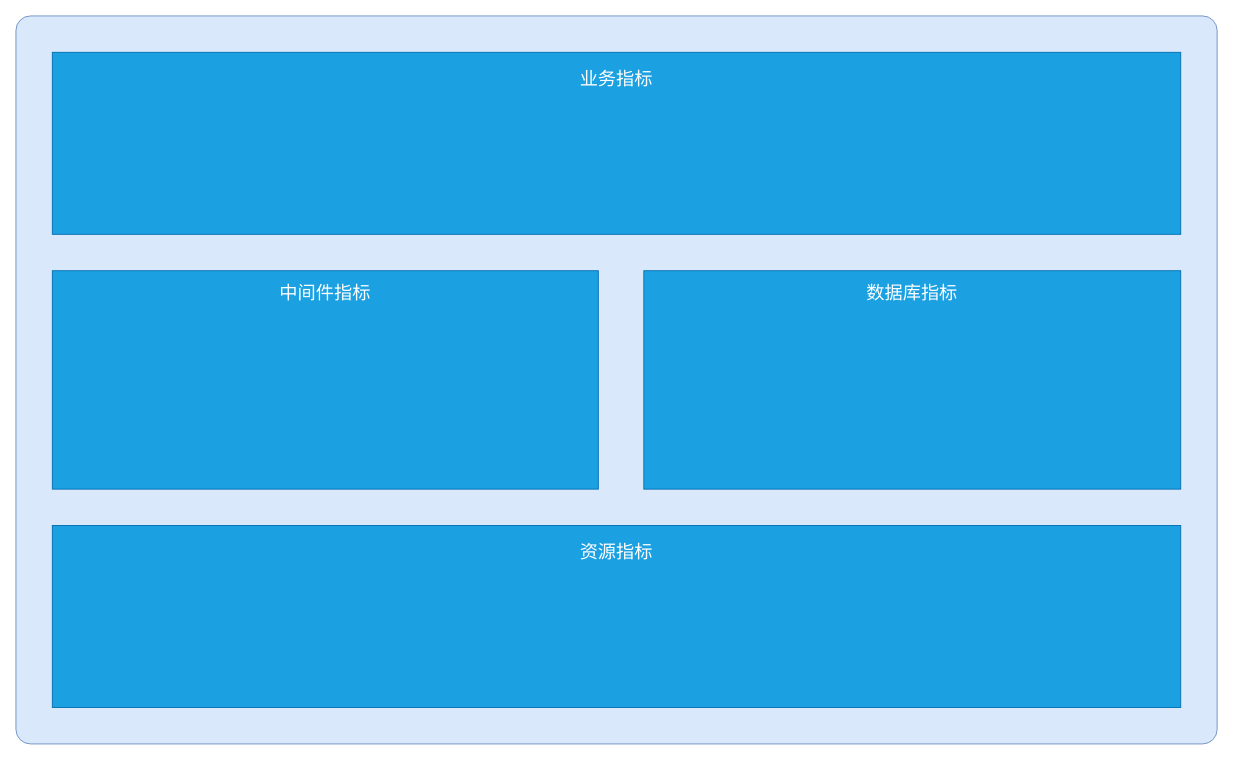
Above: leyan/容量指标与分析.drawio in GeekKwok/UML (draw.io), before the change. Source tidied: cells renumbered, new cells numbered last; positions are measured from the earlier drawing's top-left corner, leaving out a move shared by most shapes. Both pictures are drawn from the tidied source at 91%, with x=0, y=0 at pixel (15, 15).
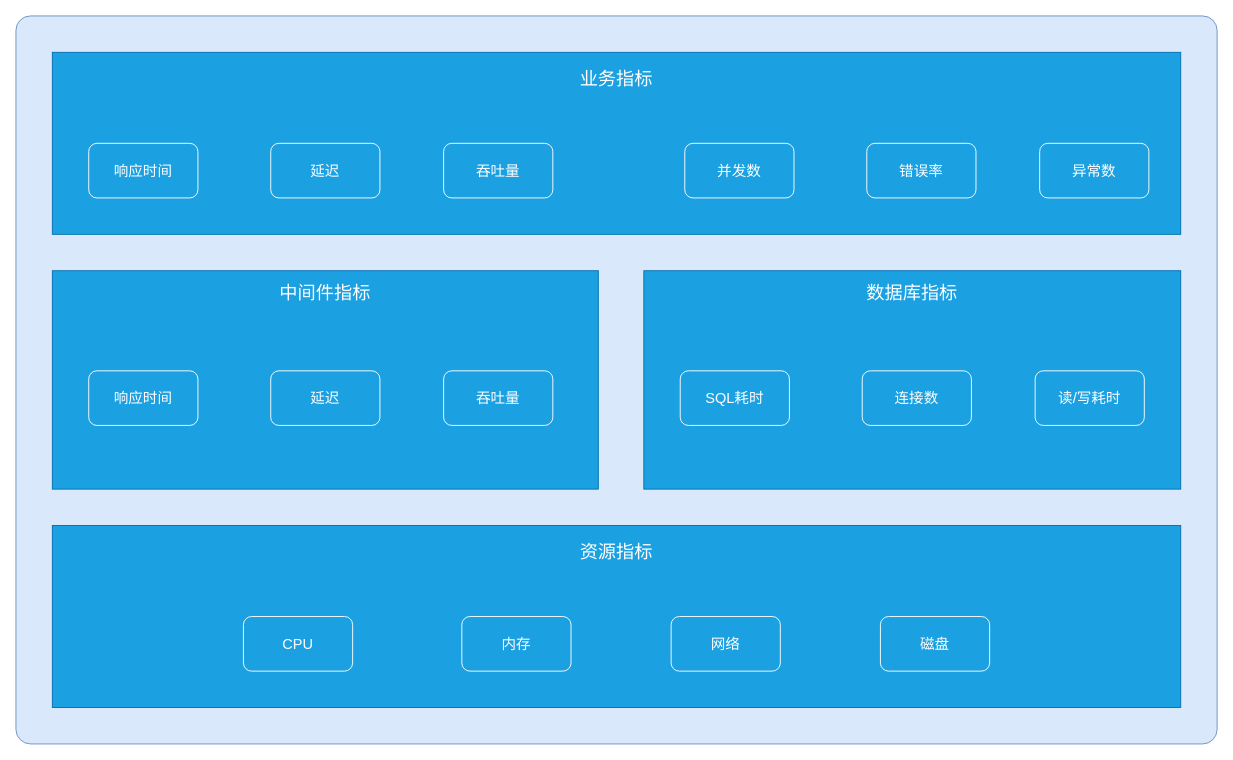
Above is the later version.

Commit message (it also covers changes not shown here):
Update 容量指标与分析.drawio

Change to the diagram source:
```diff
@@
+    <mxCell id="7" value="&lt;font style=&quot;font-size: 16px&quot;&gt;响应时间&lt;/font&gt;" style="rounded=1;whiteSpace=wrap;html=1;fillColor=#1ba1e2;fontColor=#ffffff;strokeColor=#FFFFFF;" parent="1" vertex="1">
+      <mxGeometry x="80" y="140" width="120" height="60" as="geometry" />
+    </mxCell>
+    <mxCell id="8" value="&lt;font style=&quot;font-size: 16px&quot;&gt;延迟&lt;/font&gt;" style="rounded=1;whiteSpace=wrap;html=1;fillColor=#1ba1e2;fontColor=#ffffff;strokeColor=#FFFFFF;" parent="1" vertex="1">
+      <mxGeometry x="280" y="140" width="120" height="60" as="geometry" />
+    </mxCell>
+    <mxCell id="9" value="&lt;font style=&quot;font-size: 16px&quot;&gt;吞吐量&lt;/font&gt;" style="rounded=1;whiteSpace=wrap;html=1;fillColor=#1ba1e2;fontColor=#ffffff;strokeColor=#FFFFFF;" parent="1" vertex="1">
+      <mxGeometry x="470" y="140" width="120" height="60" as="geometry" />
+    </mxCell>
+    <mxCell id="10" value="&lt;font style=&quot;font-size: 16px&quot;&gt;并发数&lt;/font&gt;" style="rounded=1;whiteSpace=wrap;html=1;fillColor=#1ba1e2;fontColor=#ffffff;strokeColor=#FFFFFF;" parent="1" vertex="1">
+      <mxGeometry x="735" y="140" width="120" height="60" as="geometry" />
+    </mxCell>
+    <mxCell id="11" value="&lt;font style=&quot;font-size: 16px&quot;&gt;错误率&lt;/font&gt;" style="rounded=1;whiteSpace=wrap;html=1;fillColor=#1ba1e2;fontColor=#ffffff;strokeColor=#FFFFFF;" parent="1" vertex="1">
+      <mxGeometry x="935" y="140" width="120" height="60" as="geometry" />
+    </mxCell>
+    <mxCell id="12" value="&lt;font style=&quot;font-size: 16px&quot;&gt;异常数&lt;/font&gt;" style="rounded=1;whiteSpace=wrap;html=1;fillColor=#1ba1e2;fontColor=#ffffff;strokeColor=#FFFFFF;" parent="1" vertex="1">
+      <mxGeometry x="1125" y="140" width="120" height="60" as="geometry" />
+    </mxCell>
+    <mxCell id="13" value="&lt;font style=&quot;font-size: 16px&quot;&gt;响应时间&lt;/font&gt;" style="rounded=1;whiteSpace=wrap;html=1;fillColor=#1ba1e2;fontColor=#ffffff;strokeColor=#FFFFFF;" parent="1" vertex="1">
+      <mxGeometry x="80" y="390" width="120" height="60" as="geometry" />
+    </mxCell>
+    <mxCell id="14" value="&lt;font style=&quot;font-size: 16px&quot;&gt;延迟&lt;/font&gt;" style="rounded=1;whiteSpace=wrap;html=1;fillColor=#1ba1e2;fontColor=#ffffff;strokeColor=#FFFFFF;" parent="1" vertex="1">
+      <mxGeometry x="280" y="390" width="120" height="60" as="geometry" />
+    </mxCell>
+    <mxCell id="15" value="&lt;font style=&quot;font-size: 16px&quot;&gt;吞吐量&lt;/font&gt;" style="rounded=1;whiteSpace=wrap;html=1;fillColor=#1ba1e2;fontColor=#ffffff;strokeColor=#FFFFFF;" parent="1" vertex="1">
+      <mxGeometry x="470" y="390" width="120" height="60" as="geometry" />
+    </mxCell>
+    <mxCell id="16" value="&lt;font style=&quot;font-size: 16px&quot;&gt;SQL耗时&lt;/font&gt;" style="rounded=1;whiteSpace=wrap;html=1;fillColor=#1ba1e2;fontColor=#ffffff;strokeColor=#FFFFFF;" parent="1" vertex="1">
+      <mxGeometry x="730" y="390" width="120" height="60" as="geometry" />
+    </mxCell>
+    <mxCell id="17" value="&lt;span style=&quot;font-size: 16px&quot;&gt;连接数&lt;/span&gt;" style="rounded=1;whiteSpace=wrap;html=1;fillColor=#1ba1e2;fontColor=#ffffff;strokeColor=#FFFFFF;" parent="1" vertex="1">
+      <mxGeometry x="930" y="390" width="120" height="60" as="geometry" />
+    </mxCell>
+    <mxCell id="18" value="&lt;font style=&quot;font-size: 16px&quot;&gt;读/写耗时&lt;/font&gt;" style="rounded=1;whiteSpace=wrap;html=1;fillColor=#1ba1e2;fontColor=#ffffff;strokeColor=#FFFFFF;" parent="1" vertex="1">
+      <mxGeometry x="1120" y="390" width="120" height="60" as="geometry" />
+    </mxCell>
+    <mxCell id="19" value="&lt;font style=&quot;font-size: 16px&quot;&gt;CPU&lt;/font&gt;" style="rounded=1;whiteSpace=wrap;html=1;fillColor=#1ba1e2;fontColor=#ffffff;strokeColor=#FFFFFF;" parent="1" vertex="1">
+      <mxGeometry x="250" y="660" width="120" height="60" as="geometry" />
+    </mxCell>
+    <mxCell id="20" value="&lt;font style=&quot;font-size: 16px&quot;&gt;内存&lt;/font&gt;" style="rounded=1;whiteSpace=wrap;html=1;fillColor=#1ba1e2;fontColor=#ffffff;strokeColor=#FFFFFF;" parent="1" vertex="1">
+      <mxGeometry x="490" y="660" width="120" height="60" as="geometry" />
+    </mxCell>
+    <mxCell id="21" value="&lt;span style=&quot;font-size: 16px&quot;&gt;网络&lt;/span&gt;" style="rounded=1;whiteSpace=wrap;html=1;fillColor=#1ba1e2;fontColor=#ffffff;strokeColor=#FFFFFF;" parent="1" vertex="1">
+      <mxGeometry x="720" y="660" width="120" height="60" as="geometry" />
+    </mxCell>
+    <mxCell id="22" value="&lt;font style=&quot;font-size: 16px&quot;&gt;磁盘&lt;/font&gt;" style="rounded=1;whiteSpace=wrap;html=1;fillColor=#1ba1e2;fontColor=#ffffff;strokeColor=#FFFFFF;" parent="1" vertex="1">
+      <mxGeometry x="950" y="660" width="120" height="60" as="geometry" />
+    </mxCell>
```
